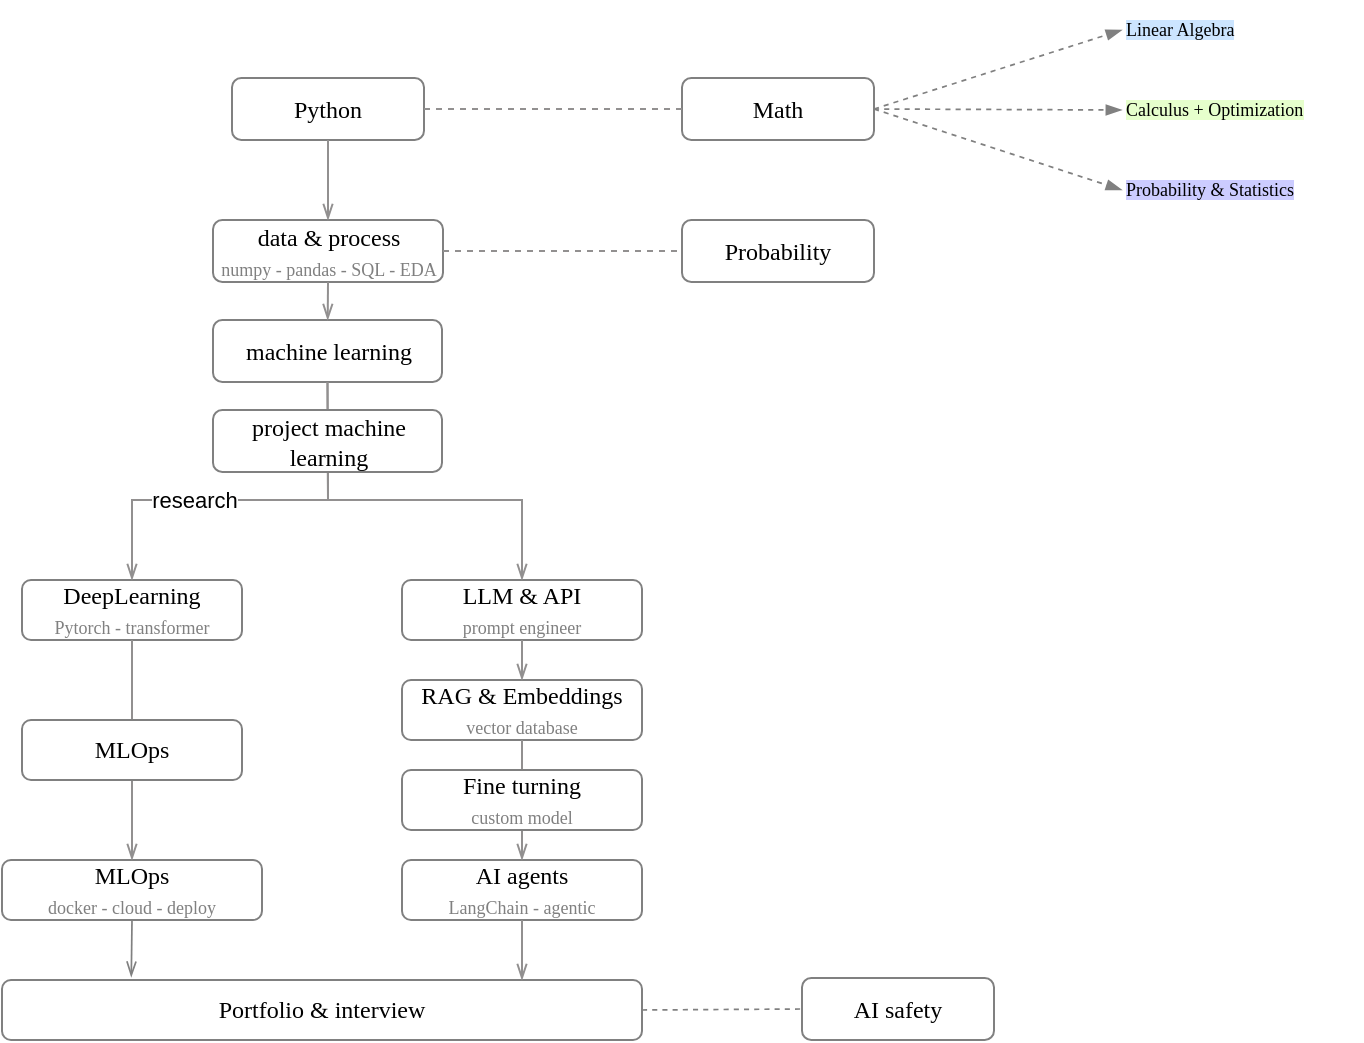
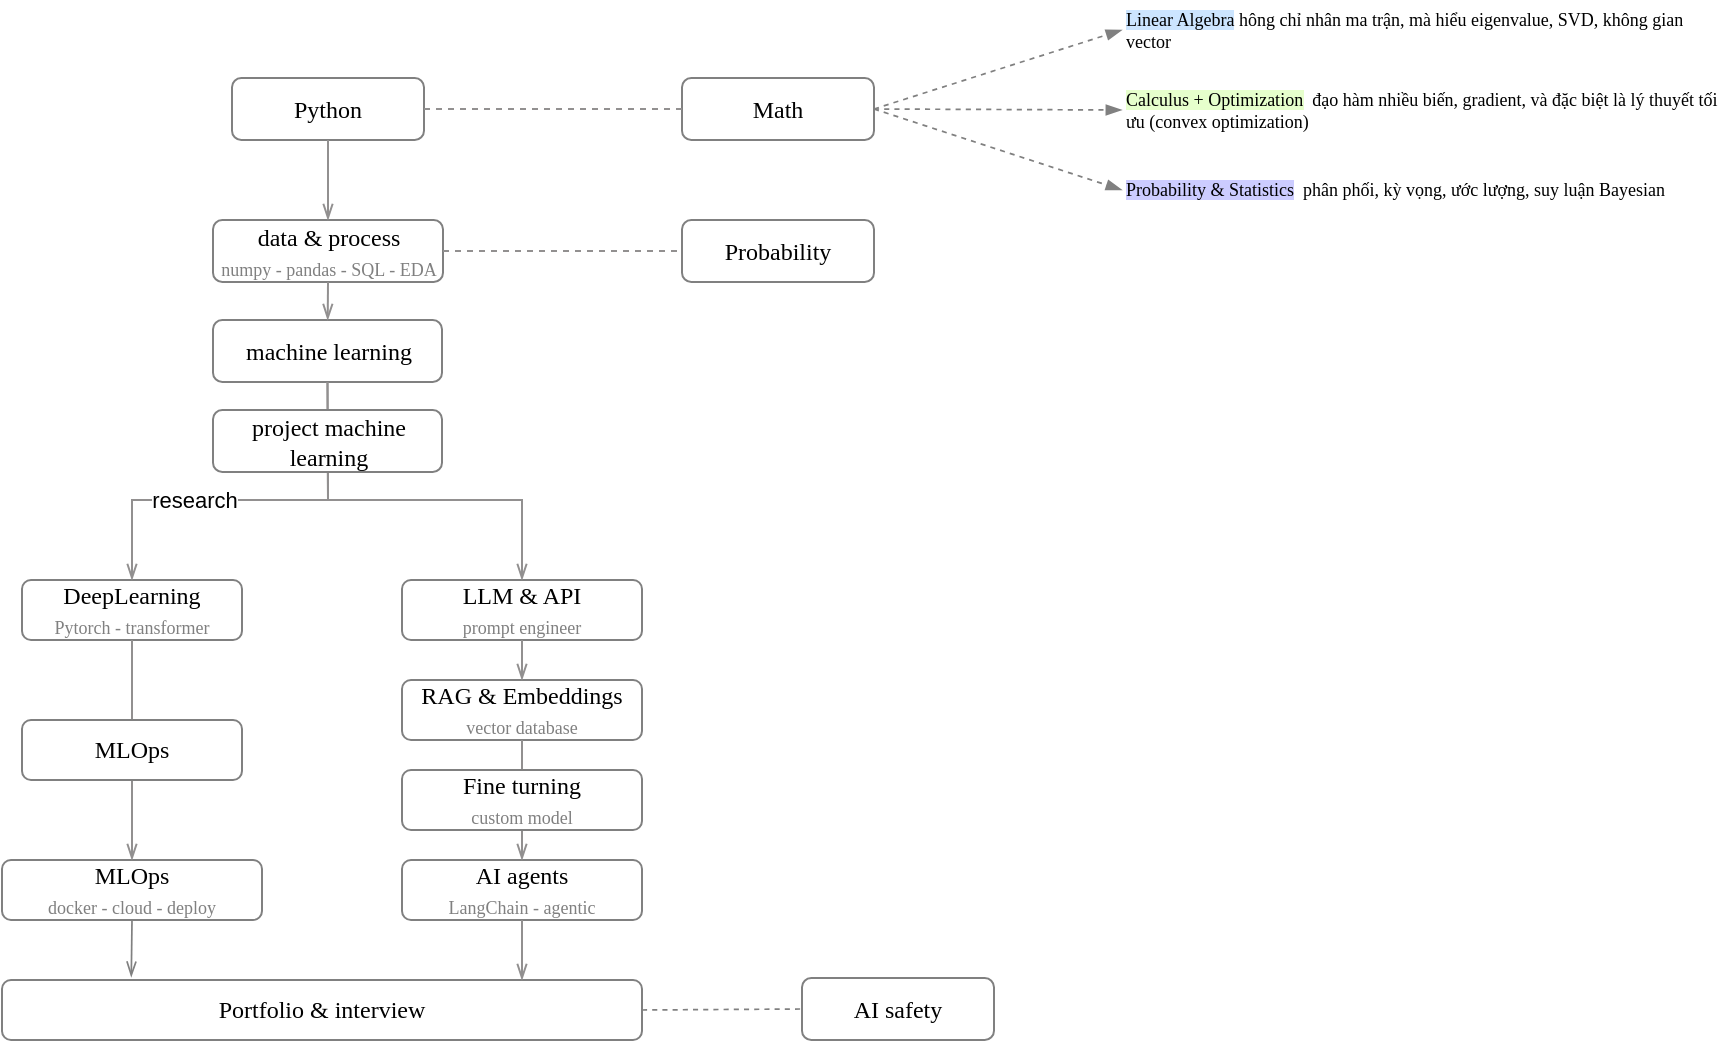
<mxfile host="app.diagrams.net" agent="Mozilla/5.0 (Macintosh; Intel Mac OS X 10_15_7) AppleWebKit/537.36 (KHTML, like Gecko) draw.io/29.3.0 Chrome/140.0.7339.249 Electron/38.7.2 Safari/537.36" pages="4">
  <diagram name="overview" id="cAlCBEzrJN6Ur7Pin5lN">
    <mxGraphModel dx="790" dy="352" grid="1" gridSize="10" guides="1" tooltips="1" connect="1" arrows="1" fold="1" page="1" pageScale="1" pageWidth="827" pageHeight="1169" math="0" shadow="0">
      <root>
        <mxCell id="0" />
        <mxCell id="1" parent="0" />
        <mxCell id="zTdwEjZ7j_-9_ITJUfBh-1" parent="1" style="rounded=1;whiteSpace=wrap;html=1;fontFamily=Comic Sans MS;strokeColor=#808080;" value="Python" vertex="1">
          <mxGeometry height="31" width="96" x="315" y="489" as="geometry" />
        </mxCell>
        <mxCell id="zTdwEjZ7j_-9_ITJUfBh-2" parent="1" style="rounded=1;whiteSpace=wrap;html=1;fontFamily=Comic Sans MS;strokeColor=#808080;" value="Math" vertex="1">
          <mxGeometry height="31" width="96" x="540" y="489" as="geometry" />
        </mxCell>
        <mxCell id="zTdwEjZ7j_-9_ITJUfBh-4" parent="1" style="rounded=1;whiteSpace=wrap;html=1;fontFamily=Comic Sans MS;strokeColor=#808080;" value="data &amp;amp; process&lt;div&gt;&lt;font style=&quot;font-size: 9px; color: rgb(128, 128, 128);&quot;&gt;numpy - pandas - SQL - EDA&lt;/font&gt;&lt;/div&gt;" vertex="1">
          <mxGeometry height="31" width="115" x="305.5" y="560" as="geometry" />
        </mxCell>
        <mxCell id="zTdwEjZ7j_-9_ITJUfBh-5" parent="1" style="rounded=1;whiteSpace=wrap;html=1;fontFamily=Comic Sans MS;strokeColor=#808080;" value="Probability" vertex="1">
          <mxGeometry height="31" width="96" x="540" y="560" as="geometry" />
        </mxCell>
        <mxCell id="zTdwEjZ7j_-9_ITJUfBh-6" edge="1" parent="1" source="zTdwEjZ7j_-9_ITJUfBh-4" style="endArrow=none;html=1;rounded=0;endFill=0;strokeColor=light-dark(#929090, #ededed);entryX=0;entryY=0.5;entryDx=0;entryDy=0;exitX=1;exitY=0.5;exitDx=0;exitDy=0;dashed=1;" target="zTdwEjZ7j_-9_ITJUfBh-5" value="">
          <mxGeometry height="50" relative="1" width="50" as="geometry">
            <mxPoint x="350" y="560" as="sourcePoint" />
            <mxPoint x="400" y="510" as="targetPoint" />
          </mxGeometry>
        </mxCell>
        <mxCell id="zTdwEjZ7j_-9_ITJUfBh-7" edge="1" parent="1" source="zTdwEjZ7j_-9_ITJUfBh-1" style="endArrow=none;html=1;rounded=0;endFill=0;strokeColor=light-dark(#929090, #ededed);exitX=1;exitY=0.5;exitDx=0;exitDy=0;entryX=0;entryY=0.5;entryDx=0;entryDy=0;dashed=1;" target="zTdwEjZ7j_-9_ITJUfBh-2" value="">
          <mxGeometry height="50" relative="1" width="50" as="geometry">
            <mxPoint x="350" y="575" as="sourcePoint" />
            <mxPoint x="500" y="525" as="targetPoint" />
          </mxGeometry>
        </mxCell>
        <mxCell id="zTdwEjZ7j_-9_ITJUfBh-8" parent="1" style="rounded=1;whiteSpace=wrap;html=1;fontFamily=Comic Sans MS;strokeColor=#808080;" value="machine learning" vertex="1">
          <mxGeometry height="31" width="114.5" x="305.5" y="610" as="geometry" />
        </mxCell>
        <mxCell id="zTdwEjZ7j_-9_ITJUfBh-9" edge="1" parent="1" source="zTdwEjZ7j_-9_ITJUfBh-1" style="endArrow=openThin;html=1;rounded=0;endFill=0;strokeColor=light-dark(#929090, #ededed);exitX=0.5;exitY=1;exitDx=0;exitDy=0;" target="zTdwEjZ7j_-9_ITJUfBh-4" value="">
          <mxGeometry height="50" relative="1" width="50" as="geometry">
            <mxPoint x="350" y="560" as="sourcePoint" />
            <mxPoint x="400" y="510" as="targetPoint" />
          </mxGeometry>
        </mxCell>
        <mxCell id="zTdwEjZ7j_-9_ITJUfBh-10" edge="1" parent="1" source="zTdwEjZ7j_-9_ITJUfBh-4" style="endArrow=openThin;html=1;rounded=0;endFill=0;strokeColor=light-dark(#929090, #ededed);exitX=0.5;exitY=1;exitDx=0;exitDy=0;" target="zTdwEjZ7j_-9_ITJUfBh-8" value="">
          <mxGeometry height="50" relative="1" width="50" as="geometry">
            <mxPoint x="350" y="560" as="sourcePoint" />
            <mxPoint x="400" y="510" as="targetPoint" />
          </mxGeometry>
        </mxCell>
        <mxCell id="zTdwEjZ7j_-9_ITJUfBh-11" parent="1" style="rounded=1;whiteSpace=wrap;html=1;fontFamily=Comic Sans MS;strokeColor=#808080;" value="DeepLearning&lt;br&gt;&lt;font style=&quot;font-size: 9px; color: rgb(128, 128, 128);&quot;&gt;Pytorch - transformer&lt;/font&gt;" vertex="1">
          <mxGeometry height="30" width="110" x="210" y="740" as="geometry" />
        </mxCell>
        <mxCell id="zTdwEjZ7j_-9_ITJUfBh-12" parent="1" style="rounded=1;whiteSpace=wrap;html=1;fontFamily=Comic Sans MS;strokeColor=#808080;" value="LLM &amp;amp; API&lt;br&gt;&lt;font style=&quot;font-size: 9px; color: rgb(128, 128, 128);&quot;&gt;prompt engineer&lt;/font&gt;" vertex="1">
          <mxGeometry height="30" width="120" x="400" y="740" as="geometry" />
        </mxCell>
        <mxCell id="zTdwEjZ7j_-9_ITJUfBh-13" parent="1" style="rounded=1;whiteSpace=wrap;html=1;fontFamily=Comic Sans MS;strokeColor=#808080;" value="RAG &amp;amp; Embeddings&lt;div&gt;&lt;font style=&quot;font-size: 9px; color: rgb(128, 128, 128);&quot;&gt;vector database&lt;/font&gt;&lt;/div&gt;" vertex="1">
          <mxGeometry height="30" width="120" x="400" y="790" as="geometry" />
        </mxCell>
        <mxCell id="zTdwEjZ7j_-9_ITJUfBh-14" parent="1" style="rounded=1;whiteSpace=wrap;html=1;fontFamily=Comic Sans MS;strokeColor=#808080;" value="MLOps&lt;div&gt;&lt;font style=&quot;font-size: 9px; color: rgb(128, 128, 128);&quot;&gt;docker - cloud - deploy&lt;/font&gt;&lt;/div&gt;" vertex="1">
          <mxGeometry height="30" width="130" x="200" y="880" as="geometry" />
        </mxCell>
        <mxCell id="zTdwEjZ7j_-9_ITJUfBh-15" parent="1" style="rounded=1;whiteSpace=wrap;html=1;fontFamily=Comic Sans MS;strokeColor=#808080;" value="Portfolio &amp;amp; interview" vertex="1">
          <mxGeometry height="30" width="320" x="200" y="940" as="geometry" />
        </mxCell>
        <mxCell id="zTdwEjZ7j_-9_ITJUfBh-16" parent="1" style="rounded=1;whiteSpace=wrap;html=1;fontFamily=Comic Sans MS;strokeColor=#808080;" value="AI agents&lt;br&gt;&lt;font style=&quot;font-size: 9px; color: rgb(128, 128, 128);&quot;&gt;LangChain - agentic&lt;/font&gt;" vertex="1">
          <mxGeometry height="30" width="120" x="400" y="880" as="geometry" />
        </mxCell>
        <mxCell id="zTdwEjZ7j_-9_ITJUfBh-17" edge="1" parent="1" source="zTdwEjZ7j_-9_ITJUfBh-8" style="endArrow=openThin;html=1;rounded=0;endFill=0;strokeColor=light-dark(#929090, #ededed);entryX=0.5;entryY=0;entryDx=0;entryDy=0;exitX=0.5;exitY=1;exitDx=0;exitDy=0;" target="zTdwEjZ7j_-9_ITJUfBh-12" value="">
          <mxGeometry height="50" relative="1" width="50" as="geometry">
            <Array as="points">
              <mxPoint x="363" y="700" />
              <mxPoint x="460" y="700" />
            </Array>
            <mxPoint x="300" y="780" as="sourcePoint" />
            <mxPoint x="350" y="730" as="targetPoint" />
          </mxGeometry>
        </mxCell>
        <mxCell id="zTdwEjZ7j_-9_ITJUfBh-18" edge="1" parent="1" source="zTdwEjZ7j_-9_ITJUfBh-8" style="endArrow=openThin;html=1;rounded=0;endFill=0;strokeColor=light-dark(#929090, #ededed);exitX=0.5;exitY=1;exitDx=0;exitDy=0;entryX=0.5;entryY=0;entryDx=0;entryDy=0;" target="zTdwEjZ7j_-9_ITJUfBh-11" value="">
          <mxGeometry height="50" relative="1" width="50" as="geometry">
            <Array as="points">
              <mxPoint x="363" y="700" />
              <mxPoint x="265" y="700" />
            </Array>
            <mxPoint x="300" y="780" as="sourcePoint" />
            <mxPoint x="350" y="730" as="targetPoint" />
          </mxGeometry>
        </mxCell>
        <mxCell id="RL8-EkVr3OvldoPUYXMJ-8" connectable="0" parent="zTdwEjZ7j_-9_ITJUfBh-18" style="edgeLabel;html=1;align=center;verticalAlign=middle;resizable=0;points=[];" value="research" vertex="1">
          <mxGeometry relative="1" x="0.2809" as="geometry">
            <mxPoint as="offset" />
          </mxGeometry>
        </mxCell>
        <mxCell id="zTdwEjZ7j_-9_ITJUfBh-19" edge="1" parent="1" source="zTdwEjZ7j_-9_ITJUfBh-11" style="endArrow=openThin;html=1;rounded=0;endFill=0;strokeColor=light-dark(#929090, #ededed);exitX=0.5;exitY=1;exitDx=0;exitDy=0;" target="zTdwEjZ7j_-9_ITJUfBh-14" value="">
          <mxGeometry height="50" relative="1" width="50" as="geometry">
            <mxPoint x="290" y="800" as="sourcePoint" />
            <mxPoint x="340" y="750" as="targetPoint" />
          </mxGeometry>
        </mxCell>
        <mxCell id="zTdwEjZ7j_-9_ITJUfBh-21" edge="1" parent="1" source="zTdwEjZ7j_-9_ITJUfBh-12" style="endArrow=openThin;html=1;rounded=0;endFill=0;strokeColor=light-dark(#929090, #ededed);exitX=0.5;exitY=1;exitDx=0;exitDy=0;entryX=0.5;entryY=0;entryDx=0;entryDy=0;" target="zTdwEjZ7j_-9_ITJUfBh-13" value="">
          <mxGeometry height="50" relative="1" width="50" as="geometry">
            <mxPoint x="290" y="800" as="sourcePoint" />
            <mxPoint x="340" y="750" as="targetPoint" />
          </mxGeometry>
        </mxCell>
        <mxCell id="zTdwEjZ7j_-9_ITJUfBh-22" edge="1" parent="1" source="zTdwEjZ7j_-9_ITJUfBh-13" style="endArrow=openThin;html=1;rounded=0;endFill=0;strokeColor=light-dark(#929090, #ededed);exitX=0.5;exitY=1;exitDx=0;exitDy=0;entryX=0.5;entryY=0;entryDx=0;entryDy=0;" target="zTdwEjZ7j_-9_ITJUfBh-16" value="">
          <mxGeometry height="50" relative="1" width="50" as="geometry">
            <mxPoint x="290" y="800" as="sourcePoint" />
            <mxPoint x="340" y="750" as="targetPoint" />
          </mxGeometry>
        </mxCell>
        <mxCell id="zTdwEjZ7j_-9_ITJUfBh-23" edge="1" parent="1" source="zTdwEjZ7j_-9_ITJUfBh-16" style="endArrow=openThin;html=1;rounded=0;endFill=0;strokeColor=light-dark(#929090, #ededed);exitX=0.5;exitY=1;exitDx=0;exitDy=0;" value="">
          <mxGeometry height="50" relative="1" width="50" as="geometry">
            <mxPoint x="290" y="800" as="sourcePoint" />
            <mxPoint x="460" y="940" as="targetPoint" />
          </mxGeometry>
        </mxCell>
        <mxCell id="RL8-EkVr3OvldoPUYXMJ-1" parent="1" style="rounded=1;whiteSpace=wrap;html=1;fontFamily=Comic Sans MS;strokeColor=#808080;" value="project machine learning" vertex="1">
          <mxGeometry height="31" width="114.5" x="305.5" y="655" as="geometry" />
        </mxCell>
        <mxCell id="RL8-EkVr3OvldoPUYXMJ-3" parent="1" style="rounded=1;whiteSpace=wrap;html=1;fontFamily=Comic Sans MS;strokeColor=#808080;" value="MLOps" vertex="1">
          <mxGeometry height="30" width="110" x="210" y="810" as="geometry" />
        </mxCell>
        <mxCell id="RL8-EkVr3OvldoPUYXMJ-4" edge="1" parent="1" source="zTdwEjZ7j_-9_ITJUfBh-14" style="endArrow=openThin;html=1;rounded=0;strokeColor=#808080;endFill=0;strokeWidth=0.85;exitX=0.5;exitY=1;exitDx=0;exitDy=0;entryX=0.202;entryY=-0.05;entryDx=0;entryDy=0;entryPerimeter=0;" target="zTdwEjZ7j_-9_ITJUfBh-15" value="">
          <mxGeometry height="50" relative="1" width="50" as="geometry">
            <mxPoint x="390" y="820" as="sourcePoint" />
            <mxPoint x="440" y="770" as="targetPoint" />
          </mxGeometry>
        </mxCell>
        <mxCell id="RL8-EkVr3OvldoPUYXMJ-5" parent="1" style="rounded=1;whiteSpace=wrap;html=1;fontFamily=Comic Sans MS;strokeColor=#808080;" value="Fine turning&lt;div&gt;&lt;font style=&quot;font-size: 9px; color: rgb(128, 128, 128);&quot;&gt;custom model&lt;/font&gt;&lt;/div&gt;" vertex="1">
          <mxGeometry height="30" width="120" x="400" y="835" as="geometry" />
        </mxCell>
        <mxCell id="RL8-EkVr3OvldoPUYXMJ-6" parent="1" style="rounded=1;whiteSpace=wrap;html=1;fontFamily=Comic Sans MS;strokeColor=#808080;" value="AI safety" vertex="1">
          <mxGeometry height="31" width="96" x="600" y="939" as="geometry" />
        </mxCell>
        <mxCell id="RL8-EkVr3OvldoPUYXMJ-7" edge="1" parent="1" source="zTdwEjZ7j_-9_ITJUfBh-15" style="endArrow=none;html=1;rounded=0;strokeColor=#808080;endFill=0;strokeWidth=0.85;exitX=1;exitY=0.5;exitDx=0;exitDy=0;entryX=0;entryY=0.5;entryDx=0;entryDy=0;dashed=1;" target="RL8-EkVr3OvldoPUYXMJ-6" value="">
          <mxGeometry height="50" relative="1" width="50" as="geometry">
            <mxPoint x="390" y="880" as="sourcePoint" />
            <mxPoint x="440" y="830" as="targetPoint" />
          </mxGeometry>
        </mxCell>
-         <mxCell id="RL8-EkVr3OvldoPUYXMJ-9" parent="1" style="text;html=1;whiteSpace=wrap;strokeColor=none;fillColor=none;align=left;verticalAlign=middle;rounded=0;fontFamily=Comic Sans MS;fontSize=9;" value="&lt;span style=&quot;background-color: rgb(204, 229, 255);&quot;&gt;Linear Algebra&lt;/span&gt;" vertex="1">
-           <mxGeometry height="30" width="90" x="760" y="450" as="geometry" />
-         </mxCell>
-         <mxCell id="RL8-EkVr3OvldoPUYXMJ-10" parent="1" style="text;html=1;whiteSpace=wrap;strokeColor=none;fillColor=none;align=left;verticalAlign=middle;rounded=0;fontFamily=Comic Sans MS;fontSize=9;" value="&lt;span style=&quot;background-color: rgb(230, 255, 204);&quot;&gt;Calculus +&amp;nbsp;Optimization&lt;/span&gt;" vertex="1">
-           <mxGeometry height="30" width="120" x="760" y="490" as="geometry" />
-         </mxCell>
-         <mxCell id="RL8-EkVr3OvldoPUYXMJ-11" parent="1" style="text;html=1;whiteSpace=wrap;strokeColor=none;fillColor=none;align=left;verticalAlign=middle;rounded=0;fontFamily=Comic Sans MS;fontSize=9;" value="&lt;span style=&quot;background-color: rgb(204, 204, 255);&quot;&gt;Probability &amp;amp;&amp;nbsp;Statistics&lt;/span&gt;" vertex="1">
-           <mxGeometry height="30" width="120" x="760" y="530" as="geometry" />
+         <mxCell id="RL8-EkVr3OvldoPUYXMJ-9" parent="1" style="text;html=1;whiteSpace=wrap;strokeColor=none;fillColor=none;align=left;verticalAlign=middle;rounded=0;fontFamily=Comic Sans MS;fontSize=9;" value="&lt;span style=&quot;background-color: rgb(204, 229, 255);&quot;&gt;Linear Algebra&lt;/span&gt;&lt;span&gt;&amp;nbsp;hông chỉ nhân ma trận, mà hiểu eigenvalue, SVD, không gian vector&lt;/span&gt;" vertex="1">
+           <mxGeometry height="30" width="300" x="760" y="450" as="geometry" />
+         </mxCell>
+         <mxCell id="RL8-EkVr3OvldoPUYXMJ-10" parent="1" style="text;html=1;whiteSpace=wrap;strokeColor=none;fillColor=none;align=left;verticalAlign=middle;rounded=0;fontFamily=Comic Sans MS;fontSize=9;strokeWidth=2;" value="&lt;span style=&quot;background-color: rgb(230, 255, 204);&quot;&gt;Calculus +&amp;nbsp;Optimization&lt;/span&gt;&lt;span&gt;&amp;nbsp;&amp;nbsp;đạo hàm nhiều biến, gradient, và đặc biệt là lý thuyết tối ưu (convex optimization)&lt;/span&gt;" vertex="1">
+           <mxGeometry height="30" width="300" x="760" y="490" as="geometry" />
+         </mxCell>
+         <mxCell id="RL8-EkVr3OvldoPUYXMJ-11" parent="1" style="text;html=1;whiteSpace=wrap;strokeColor=none;fillColor=none;align=left;verticalAlign=middle;rounded=0;fontFamily=Comic Sans MS;fontSize=9;" value="&lt;span style=&quot;background-color: rgb(204, 204, 255);&quot;&gt;Probability &amp;amp;&amp;nbsp;Statistics&lt;/span&gt;&lt;span&gt;&amp;nbsp;&amp;nbsp;phân phối, kỳ vọng, ước lượng, suy luận Bayesian&lt;/span&gt;" vertex="1">
+           <mxGeometry height="30" width="300" x="760" y="530" as="geometry" />
        </mxCell>
        <mxCell id="RL8-EkVr3OvldoPUYXMJ-12" edge="1" parent="1" source="zTdwEjZ7j_-9_ITJUfBh-2" style="endArrow=blockThin;html=1;rounded=0;strokeColor=#808080;endFill=1;strokeWidth=0.85;entryX=0;entryY=0.5;entryDx=0;entryDy=0;exitX=1;exitY=0.5;exitDx=0;exitDy=0;dashed=1;" target="RL8-EkVr3OvldoPUYXMJ-9" value="">
          <mxGeometry height="50" relative="1" width="50" as="geometry">
            <mxPoint x="560" y="500" as="sourcePoint" />
            <mxPoint x="610" y="450" as="targetPoint" />
          </mxGeometry>
        </mxCell>
        <mxCell id="RL8-EkVr3OvldoPUYXMJ-13" edge="1" parent="1" source="zTdwEjZ7j_-9_ITJUfBh-2" style="endArrow=blockThin;html=1;rounded=0;strokeColor=#808080;endFill=1;strokeWidth=0.85;entryX=0;entryY=0.5;entryDx=0;entryDy=0;exitX=1;exitY=0.5;exitDx=0;exitDy=0;dashed=1;" target="RL8-EkVr3OvldoPUYXMJ-10" value="">
          <mxGeometry height="50" relative="1" width="50" as="geometry">
            <mxPoint x="560" y="500" as="sourcePoint" />
            <mxPoint x="610" y="450" as="targetPoint" />
          </mxGeometry>
        </mxCell>
        <mxCell id="RL8-EkVr3OvldoPUYXMJ-14" edge="1" parent="1" source="zTdwEjZ7j_-9_ITJUfBh-2" style="endArrow=blockThin;html=1;rounded=0;strokeColor=#808080;endFill=1;strokeWidth=0.85;exitX=1;exitY=0.5;exitDx=0;exitDy=0;entryX=0;entryY=0.5;entryDx=0;entryDy=0;dashed=1;" target="RL8-EkVr3OvldoPUYXMJ-11" value="">
          <mxGeometry height="50" relative="1" width="50" as="geometry">
            <mxPoint x="560" y="500" as="sourcePoint" />
            <mxPoint x="610" y="450" as="targetPoint" />
          </mxGeometry>
        </mxCell>
      </root>
    </mxGraphModel>
  </diagram>
  <diagram id="UOBW3iFDmhUj1Tzh1QrL" name="python">
    <mxGraphModel dx="1725" dy="984" grid="1" gridSize="10" guides="1" tooltips="1" connect="1" arrows="1" fold="1" page="1" pageScale="1" pageWidth="827" pageHeight="1169" math="0" shadow="0">
      <root>
        <mxCell id="0" />
        <mxCell id="1" parent="0" />
      </root>
    </mxGraphModel>
  </diagram>
  <diagram id="m8GAUy3Aqo1FDhopTY1m" name="math">
    <mxGraphModel dx="1725" dy="984" grid="1" gridSize="10" guides="1" tooltips="1" connect="1" arrows="1" fold="1" page="1" pageScale="1" pageWidth="827" pageHeight="1169" math="0" shadow="0">
      <root>
        <mxCell id="0" />
        <mxCell id="1" parent="0" />
      </root>
    </mxGraphModel>
  </diagram>
  <diagram id="iIlrw0R1UCY4nR05RIuw" name="agent">
    <mxGraphModel dx="2265" dy="820" grid="1" gridSize="10" guides="1" tooltips="1" connect="1" arrows="1" fold="1" page="1" pageScale="1" pageWidth="827" pageHeight="1169" math="0" shadow="0">
      <root>
        <mxCell id="0" />
        <mxCell id="1" parent="0" />
        <mxCell id="3Uv-7dnaONPzhC1kDc2I-1" parent="1" style="text;html=1;whiteSpace=wrap;strokeColor=none;fillColor=none;align=center;verticalAlign=middle;rounded=0;" value="&lt;font face=&quot;Comic Sans MS&quot;&gt;working flow&amp;nbsp;&lt;/font&gt;" vertex="1">
          <mxGeometry height="30" width="110" x="600" y="480" as="geometry" />
        </mxCell>
        <mxCell id="3Uv-7dnaONPzhC1kDc2I-3" parent="1" style="text;html=1;whiteSpace=wrap;strokeColor=none;fillColor=none;align=center;verticalAlign=middle;rounded=0;" value="&lt;font face=&quot;Comic Sans MS&quot;&gt;prompt chaining&amp;nbsp;&lt;/font&gt;" vertex="1">
          <mxGeometry height="30" width="110" x="820" y="230" as="geometry" />
        </mxCell>
        <mxCell id="3Uv-7dnaONPzhC1kDc2I-4" edge="1" parent="1" source="3Uv-7dnaONPzhC1kDc2I-1" style="endArrow=openThin;html=1;rounded=0;endFill=0;strokeColor=light-dark(#929090, #ededed);exitX=1;exitY=0.5;exitDx=0;exitDy=0;entryX=0;entryY=0.5;entryDx=0;entryDy=0;" target="3Uv-7dnaONPzhC1kDc2I-3" value="">
          <mxGeometry height="50" relative="1" width="50" as="geometry">
            <mxPoint x="790" y="370" as="sourcePoint" />
            <mxPoint x="840" y="320" as="targetPoint" />
          </mxGeometry>
        </mxCell>
        <mxCell id="3Uv-7dnaONPzhC1kDc2I-5" parent="1" style="text;html=1;whiteSpace=wrap;strokeColor=none;fillColor=none;align=center;verticalAlign=middle;rounded=0;" value="&lt;font face=&quot;Comic Sans MS&quot;&gt;routing&lt;/font&gt;" vertex="1">
          <mxGeometry height="30" width="80" x="820" y="350" as="geometry" />
        </mxCell>
        <mxCell id="3Uv-7dnaONPzhC1kDc2I-6" parent="1" style="text;html=1;whiteSpace=wrap;strokeColor=none;fillColor=none;align=center;verticalAlign=middle;rounded=0;" value="&lt;font face=&quot;Comic Sans MS&quot;&gt;Evaluator - Optimizer / Reflection&lt;/font&gt;" vertex="1">
          <mxGeometry height="30" width="220" x="820" y="480" as="geometry" />
        </mxCell>
        <mxCell id="3Uv-7dnaONPzhC1kDc2I-7" edge="1" parent="1" source="3Uv-7dnaONPzhC1kDc2I-1" style="endArrow=openThin;html=1;rounded=0;endFill=0;strokeColor=light-dark(#929090, #ededed);exitX=1;exitY=0.5;exitDx=0;exitDy=0;entryX=0;entryY=0.5;entryDx=0;entryDy=0;" target="3Uv-7dnaONPzhC1kDc2I-5" value="">
          <mxGeometry height="50" relative="1" width="50" as="geometry">
            <mxPoint x="790" y="440" as="sourcePoint" />
            <mxPoint x="840" y="390" as="targetPoint" />
          </mxGeometry>
        </mxCell>
        <mxCell id="3Uv-7dnaONPzhC1kDc2I-8" edge="1" parent="1" source="3Uv-7dnaONPzhC1kDc2I-1" style="endArrow=openThin;html=1;rounded=0;endFill=0;strokeColor=light-dark(#929090, #ededed);exitX=1;exitY=0.5;exitDx=0;exitDy=0;" target="3Uv-7dnaONPzhC1kDc2I-6" value="">
          <mxGeometry height="50" relative="1" width="50" as="geometry">
            <mxPoint x="790" y="440" as="sourcePoint" />
            <mxPoint x="840" y="390" as="targetPoint" />
          </mxGeometry>
        </mxCell>
        <mxCell id="3Uv-7dnaONPzhC1kDc2I-9" parent="1" style="text;html=1;whiteSpace=wrap;strokeColor=none;fillColor=none;align=center;verticalAlign=middle;rounded=0;" value="&lt;font face=&quot;Comic Sans MS&quot;&gt;Orchestrator - Workers&lt;/font&gt;" vertex="1">
          <mxGeometry height="30" width="150" x="820" y="590" as="geometry" />
        </mxCell>
        <mxCell id="3Uv-7dnaONPzhC1kDc2I-10" edge="1" parent="1" source="3Uv-7dnaONPzhC1kDc2I-1" style="endArrow=openThin;html=1;rounded=0;endFill=0;strokeColor=light-dark(#929090, #ededed);entryX=0;entryY=0.5;entryDx=0;entryDy=0;exitX=1;exitY=0.5;exitDx=0;exitDy=0;" target="3Uv-7dnaONPzhC1kDc2I-9" value="">
          <mxGeometry height="50" relative="1" width="50" as="geometry">
            <mxPoint x="790" y="610" as="sourcePoint" />
            <mxPoint x="840" y="560" as="targetPoint" />
          </mxGeometry>
        </mxCell>
        <mxCell id="3Uv-7dnaONPzhC1kDc2I-11" parent="1" style="text;html=1;whiteSpace=wrap;strokeColor=none;fillColor=none;align=center;verticalAlign=middle;rounded=0;" value="&lt;font face=&quot;Comic Sans MS&quot;&gt;RAG - Retrieval-Augmented Generation&lt;/font&gt;" vertex="1">
          <mxGeometry height="30" width="240" x="820" y="710" as="geometry" />
        </mxCell>
        <mxCell id="3Uv-7dnaONPzhC1kDc2I-12" edge="1" parent="1" source="3Uv-7dnaONPzhC1kDc2I-1" style="endArrow=openThin;html=1;rounded=0;endFill=0;strokeColor=light-dark(#929090, #ededed);entryX=0;entryY=0.5;entryDx=0;entryDy=0;exitX=1;exitY=0.5;exitDx=0;exitDy=0;" target="3Uv-7dnaONPzhC1kDc2I-11" value="">
          <mxGeometry height="50" relative="1" width="50" as="geometry">
            <mxPoint x="790" y="490" as="sourcePoint" />
            <mxPoint x="840" y="440" as="targetPoint" />
          </mxGeometry>
        </mxCell>
        <mxCell id="3Uv-7dnaONPzhC1kDc2I-13" parent="1" style="rounded=1;whiteSpace=wrap;html=1;fontFamily=Comic Sans MS;strokeColor=#808080;" value="LLM" vertex="1">
          <mxGeometry height="30" width="80" x="-160" y="520" as="geometry" />
        </mxCell>
        <mxCell id="3Uv-7dnaONPzhC1kDc2I-14" parent="1" style="rounded=1;whiteSpace=wrap;html=1;fontFamily=Comic Sans MS;strokeColor=#808080;" value="Planning" vertex="1">
          <mxGeometry height="30" width="90" x="-10" y="680" as="geometry" />
        </mxCell>
        <mxCell id="3Uv-7dnaONPzhC1kDc2I-15" parent="1" style="rounded=1;whiteSpace=wrap;html=1;fontFamily=Comic Sans MS;strokeColor=#808080;" value="Memory" vertex="1">
          <mxGeometry height="30" width="80" x="240" y="560" as="geometry" />
        </mxCell>
        <mxCell id="3Uv-7dnaONPzhC1kDc2I-16" parent="1" style="rounded=1;whiteSpace=wrap;html=1;fontFamily=Comic Sans MS;strokeColor=#808080;" value="Tools/Actions" vertex="1">
          <mxGeometry height="30" width="90" x="70" y="400" as="geometry" />
        </mxCell>
      </root>
    </mxGraphModel>
  </diagram>
</mxfile>
